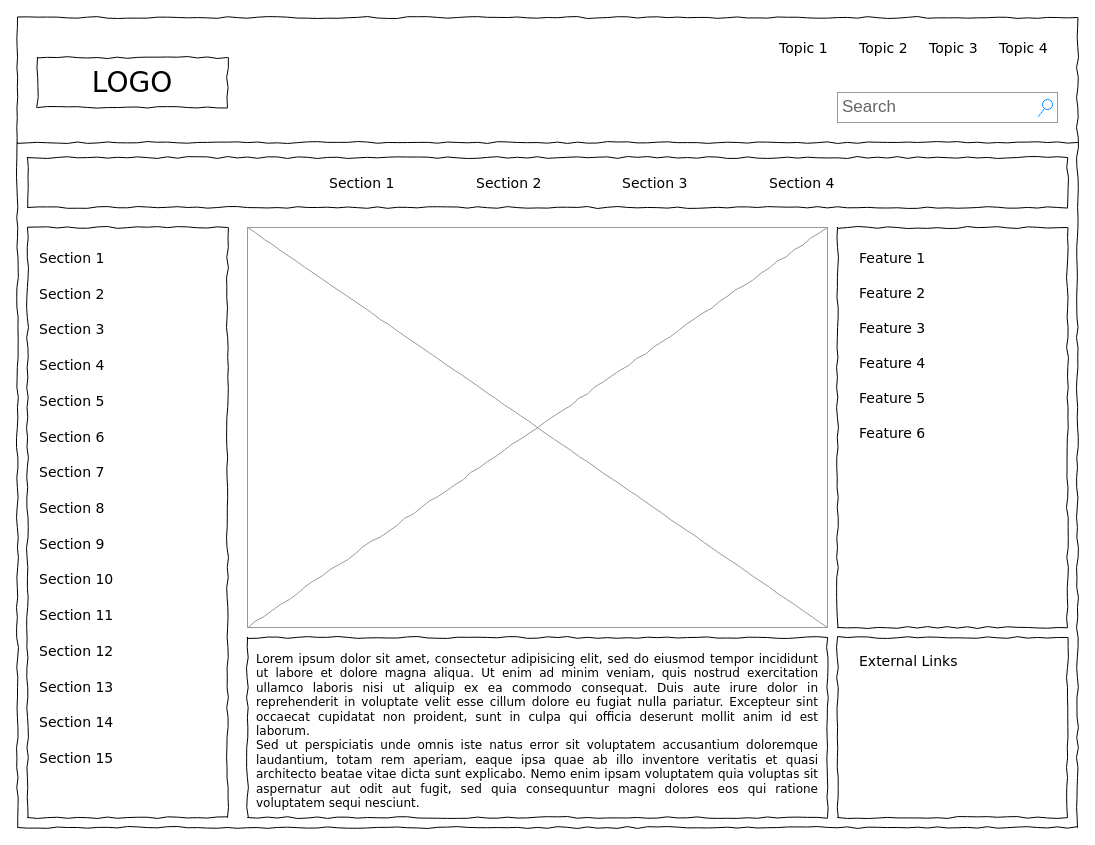
Earlier version of the draw.io diagram Untitled Diagram.drawio (intellijava/Wireframes). Source tidied: cells renumbered, new cells numbered last; positions are measured from the earlier drawing's top-left corner, leaving out a move shared by most shapes. Both pictures are drawn from the tidied source at 100%, with x=0, y=0 at pixel (17, 17).
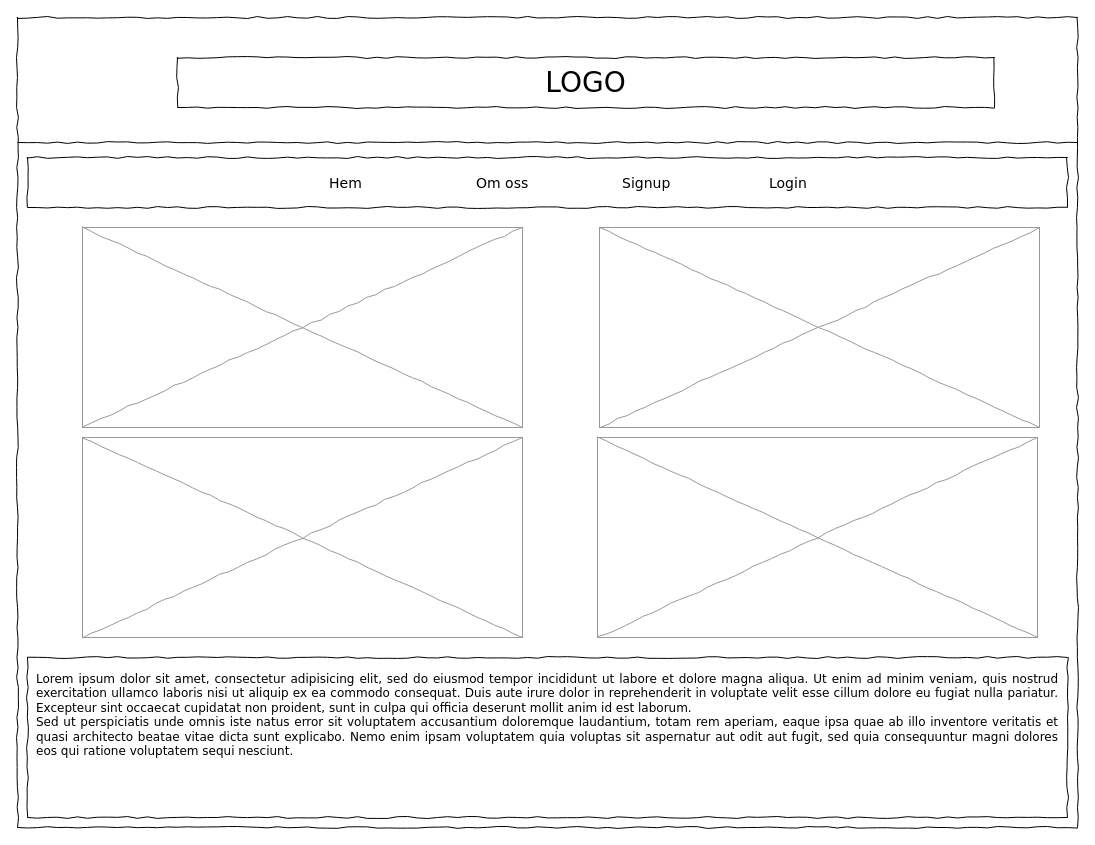
After the change.

The edit, as a diff of the source:
```diff
@@
     <mxCell id="3" value="LOGO" style="whiteSpace=wrap;html=1;rounded=0;shadow=0;labelBackgroundColor=none;strokeWidth=1;fontFamily=Verdana;fontSize=28;align=center;comic=1;" parent="1" vertex="1">
-      <mxGeometry x="20" y="40" width="190" height="50" as="geometry" />
+      <mxGeometry x="160" y="40" width="817" height="50" as="geometry" />
     </mxCell>
-    <mxCell id="4" value="Search" style="strokeWidth=1;shadow=0;dashed=0;align=center;html=1;shape=mxgraph.mockup.forms.searchBox;strokeColor=#999999;mainText=;strokeColor2=#008cff;fontColor=#666666;fontSize=17;align=left;spacingLeft=3;rounded=0;labelBackgroundColor=none;comic=1;" parent="1" vertex="1">
-      <mxGeometry x="820" y="75" width="220" height="30" as="geometry" />
-    </mxCell>
-    <mxCell id="5" value="Topic 1" style="text;html=1;align=left;verticalAlign=top;spacingTop=-4;fontSize=14;fontFamily=Verdana;" parent="1" vertex="1">
-      <mxGeometry x="760" y="20" width="60" height="20" as="geometry" />
-    </mxCell>
-    <mxCell id="6" value="Topic 2" style="text;html=1;align=left;verticalAlign=top;spacingTop=-4;fontSize=14;fontFamily=Verdana;" parent="1" vertex="1">
-      <mxGeometry x="840" y="20" width="60" height="20" as="geometry" />
-    </mxCell>
-    <mxCell id="7" value="Topic 3" style="text;html=1;align=left;verticalAlign=top;spacingTop=-4;fontSize=14;fontFamily=Verdana;" parent="1" vertex="1">
-      <mxGeometry x="910" y="20" width="60" height="20" as="geometry" />
-    </mxCell>
-    <mxCell id="8" value="Topic 4" style="text;html=1;align=left;verticalAlign=top;spacingTop=-4;fontSize=14;fontFamily=Verdana;" parent="1" vertex="1">
-      <mxGeometry x="980" y="20" width="60" height="20" as="geometry" />
-    </mxCell>
-    <mxCell id="9" style="whiteSpace=wrap;html=1;rounded=0;shadow=0;labelBackgroundColor=none;strokeWidth=1;fillColor=none;fontFamily=Verdana;fontSize=12;align=center;comic=1;" parent="1" vertex="1">
-      <mxGeometry x="10" y="210" width="200" height="590" as="geometry" />
-    </mxCell>
@@
-    <mxCell id="12" value="Section 1" style="text;html=1;align=left;verticalAlign=top;spacingTop=-4;fontSize=14;fontFamily=Verdana;" parent="1" vertex="1">
+    <mxCell id="12" value="Hem" style="text;html=1;align=left;verticalAlign=top;spacingTop=-4;fontSize=14;fontFamily=Verdana;" parent="1" vertex="1">
       <mxGeometry x="310" y="155" width="60" height="20" as="geometry" />
     </mxCell>
-    <mxCell id="13" value="Section 2" style="text;html=1;align=left;verticalAlign=top;spacingTop=-4;fontSize=14;fontFamily=Verdana;" parent="1" vertex="1">
+    <mxCell id="13" value="Om oss" style="text;html=1;align=left;verticalAlign=top;spacingTop=-4;fontSize=14;fontFamily=Verdana;" parent="1" vertex="1">
       <mxGeometry x="457" y="155" width="60" height="20" as="geometry" />
     </mxCell>
-    <mxCell id="14" value="Section 3" style="text;html=1;align=left;verticalAlign=top;spacingTop=-4;fontSize=14;fontFamily=Verdana;" parent="1" vertex="1">
+    <mxCell id="14" value="Signup" style="text;html=1;align=left;verticalAlign=top;spacingTop=-4;fontSize=14;fontFamily=Verdana;" parent="1" vertex="1">
       <mxGeometry x="603" y="155" width="60" height="20" as="geometry" />
     </mxCell>
-    <mxCell id="15" value="Section 4" style="text;html=1;align=left;verticalAlign=top;spacingTop=-4;fontSize=14;fontFamily=Verdana;" parent="1" vertex="1">
+    <mxCell id="15" value="Login" style="text;html=1;align=left;verticalAlign=top;spacingTop=-4;fontSize=14;fontFamily=Verdana;" parent="1" vertex="1">
       <mxGeometry x="750" y="155" width="60" height="20" as="geometry" />
     </mxCell>
     <mxCell id="16" value="&lt;div style=&quot;text-align: justify&quot;&gt;&lt;span&gt;Lorem ipsum dolor sit amet, consectetur adipisicing elit, sed do eiusmod tempor incididunt ut labore et dolore magna aliqua. Ut enim ad minim veniam, quis nostrud exercitation ullamco laboris nisi ut aliquip ex ea commodo consequat. Duis aute irure dolor in reprehenderit in voluptate velit esse cillum dolore eu fugiat nulla pariatur. Excepteur sint occaecat cupidatat non proident, sunt in culpa qui officia deserunt mollit anim id est laborum.&lt;/span&gt;&lt;/div&gt;&lt;div style=&quot;text-align: justify&quot;&gt;&lt;span&gt;Sed ut perspiciatis unde omnis iste natus error sit voluptatem accusantium doloremque laudantium, totam rem aperiam, eaque ipsa quae ab illo inventore veritatis et quasi architecto beatae vitae dicta sunt explicabo. Nemo enim ipsam voluptatem quia voluptas sit aspernatur aut odit aut fugit, sed quia consequuntur magni dolores eos qui ratione voluptatem sequi nesciunt.&amp;nbsp;&lt;/span&gt;&lt;/div&gt;" style="whiteSpace=wrap;html=1;rounded=0;shadow=0;labelBackgroundColor=none;strokeWidth=1;fillColor=none;fontFamily=Verdana;fontSize=12;align=center;verticalAlign=top;spacing=10;comic=1;" parent="1" vertex="1">
-      <mxGeometry x="230" y="620" width="580" height="180" as="geometry" />
+      <mxGeometry x="10" y="640" width="1040" height="160" as="geometry" />
     </mxCell>
     <mxCell id="17" style="verticalLabelPosition=bottom;shadow=0;dashed=0;align=center;html=1;verticalAlign=top;strokeWidth=1;shape=mxgraph.mockup.graphics.simpleIcon;strokeColor=#999999;rounded=0;labelBackgroundColor=none;fontFamily=Verdana;fontSize=14;fontColor=#000000;comic=1;" parent="1" vertex="1">
-      <mxGeometry x="230" y="210" width="580" height="400" as="geometry" />
+      <mxGeometry x="65" y="210" width="440" height="200" as="geometry" />
     </mxCell>
-    <mxCell id="18" style="whiteSpace=wrap;html=1;rounded=0;shadow=0;labelBackgroundColor=none;strokeWidth=1;fillColor=none;fontFamily=Verdana;fontSize=12;align=center;comic=1;" parent="1" vertex="1">
-      <mxGeometry x="820" y="210" width="230" height="400" as="geometry" />
-    </mxCell>
-    <mxCell id="19" style="whiteSpace=wrap;html=1;rounded=0;shadow=0;labelBackgroundColor=none;strokeWidth=1;fillColor=none;fontFamily=Verdana;fontSize=12;align=center;comic=1;" parent="1" vertex="1">
-      <mxGeometry x="820" y="620" width="230" height="180" as="geometry" />
-    </mxCell>
-    <mxCell id="20" value="Section 1" style="text;html=1;align=left;verticalAlign=top;spacingTop=-4;fontSize=14;fontFamily=Verdana;" parent="1" vertex="1">
-      <mxGeometry x="20" y="230" width="170" height="20" as="geometry" />
-    </mxCell>
-    <mxCell id="21" value="Section 2" style="text;html=1;align=left;verticalAlign=top;spacingTop=-4;fontSize=14;fontFamily=Verdana;" parent="1" vertex="1">
-      <mxGeometry x="20" y="266" width="170" height="20" as="geometry" />
-    </mxCell>
-    <mxCell id="22" value="Section 3" style="text;html=1;align=left;verticalAlign=top;spacingTop=-4;fontSize=14;fontFamily=Verdana;" parent="1" vertex="1">
-      <mxGeometry x="20" y="301" width="170" height="20" as="geometry" />
-    </mxCell>
-    <mxCell id="23" value="Section 4" style="text;html=1;align=left;verticalAlign=top;spacingTop=-4;fontSize=14;fontFamily=Verdana;" parent="1" vertex="1">
-      <mxGeometry x="20" y="337" width="170" height="20" as="geometry" />
-    </mxCell>
-    <mxCell id="24" value="Section 7" style="text;html=1;align=left;verticalAlign=top;spacingTop=-4;fontSize=14;fontFamily=Verdana;" parent="1" vertex="1">
-      <mxGeometry x="20" y="444" width="170" height="20" as="geometry" />
-    </mxCell>
-    <mxCell id="25" value="Section 8" style="text;html=1;align=left;verticalAlign=top;spacingTop=-4;fontSize=14;fontFamily=Verdana;" parent="1" vertex="1">
-      <mxGeometry x="20" y="480" width="170" height="20" as="geometry" />
-    </mxCell>
-    <mxCell id="26" value="Section 9" style="text;html=1;align=left;verticalAlign=top;spacingTop=-4;fontSize=14;fontFamily=Verdana;" parent="1" vertex="1">
-      <mxGeometry x="20" y="516" width="170" height="20" as="geometry" />
-    </mxCell>
-    <mxCell id="27" value="Section 10" style="text;html=1;align=left;verticalAlign=top;spacingTop=-4;fontSize=14;fontFamily=Verdana;" parent="1" vertex="1">
-      <mxGeometry x="20" y="551" width="170" height="20" as="geometry" />
-    </mxCell>
-    <mxCell id="28" value="Section 11" style="text;html=1;align=left;verticalAlign=top;spacingTop=-4;fontSize=14;fontFamily=Verdana;" parent="1" vertex="1">
-      <mxGeometry x="20" y="587" width="170" height="20" as="geometry" />
-    </mxCell>
-    <mxCell id="29" value="Section 12" style="text;html=1;align=left;verticalAlign=top;spacingTop=-4;fontSize=14;fontFamily=Verdana;" parent="1" vertex="1">
-      <mxGeometry x="20" y="623" width="170" height="20" as="geometry" />
-    </mxCell>
-    <mxCell id="30" value="Section 13" style="text;html=1;align=left;verticalAlign=top;spacingTop=-4;fontSize=14;fontFamily=Verdana;" parent="1" vertex="1">
-      <mxGeometry x="20" y="659" width="170" height="20" as="geometry" />
-    </mxCell>
-    <mxCell id="31" value="Section 14" style="text;html=1;align=left;verticalAlign=top;spacingTop=-4;fontSize=14;fontFamily=Verdana;" parent="1" vertex="1">
-      <mxGeometry x="20" y="694" width="170" height="20" as="geometry" />
-    </mxCell>
-    <mxCell id="32" value="Section 5" style="text;html=1;align=left;verticalAlign=top;spacingTop=-4;fontSize=14;fontFamily=Verdana;" parent="1" vertex="1">
-      <mxGeometry x="20" y="373" width="170" height="20" as="geometry" />
-    </mxCell>
-    <mxCell id="33" value="Section 6" style="text;html=1;align=left;verticalAlign=top;spacingTop=-4;fontSize=14;fontFamily=Verdana;" parent="1" vertex="1">
-      <mxGeometry x="20" y="409" width="170" height="20" as="geometry" />
-    </mxCell>
-    <mxCell id="34" value="Section 15" style="text;html=1;align=left;verticalAlign=top;spacingTop=-4;fontSize=14;fontFamily=Verdana;" parent="1" vertex="1">
-      <mxGeometry x="20" y="730" width="170" height="20" as="geometry" />
-    </mxCell>
-    <mxCell id="35" value="External Links" style="text;html=1;align=left;verticalAlign=top;spacingTop=-4;fontSize=14;fontFamily=Verdana;" parent="1" vertex="1">
-      <mxGeometry x="840" y="633" width="170" height="20" as="geometry" />
-    </mxCell>
-    <mxCell id="36" value="Feature 1" style="text;html=1;align=left;verticalAlign=top;spacingTop=-4;fontSize=14;fontFamily=Verdana;" parent="1" vertex="1">
-      <mxGeometry x="840" y="230" width="170" height="20" as="geometry" />
-    </mxCell>
-    <mxCell id="37" value="Feature 2" style="text;html=1;align=left;verticalAlign=top;spacingTop=-4;fontSize=14;fontFamily=Verdana;" parent="1" vertex="1">
-      <mxGeometry x="840" y="265" width="170" height="20" as="geometry" />
-    </mxCell>
-    <mxCell id="38" value="Feature 3" style="text;html=1;align=left;verticalAlign=top;spacingTop=-4;fontSize=14;fontFamily=Verdana;" parent="1" vertex="1">
-      <mxGeometry x="840" y="300" width="170" height="20" as="geometry" />
-    </mxCell>
-    <mxCell id="39" value="Feature 4" style="text;html=1;align=left;verticalAlign=top;spacingTop=-4;fontSize=14;fontFamily=Verdana;" parent="1" vertex="1">
-      <mxGeometry x="840" y="335" width="170" height="20" as="geometry" />
-    </mxCell>
-    <mxCell id="40" value="Feature 5" style="text;html=1;align=left;verticalAlign=top;spacingTop=-4;fontSize=14;fontFamily=Verdana;" parent="1" vertex="1">
-      <mxGeometry x="840" y="370" width="170" height="20" as="geometry" />
-    </mxCell>
-    <mxCell id="41" value="Feature 6" style="text;html=1;align=left;verticalAlign=top;spacingTop=-4;fontSize=14;fontFamily=Verdana;" parent="1" vertex="1">
-      <mxGeometry x="840" y="405" width="170" height="20" as="geometry" />
-    </mxCell>
+    <mxCell id="42" style="verticalLabelPosition=bottom;shadow=0;dashed=0;align=center;html=1;verticalAlign=top;strokeWidth=1;shape=mxgraph.mockup.graphics.simpleIcon;strokeColor=#999999;rounded=0;labelBackgroundColor=none;fontFamily=Verdana;fontSize=14;fontColor=#000000;comic=1;" parent="1" vertex="1">
+      <mxGeometry x="582" y="210" width="440" height="200" as="geometry" />
+    </mxCell>
+    <mxCell id="43" style="verticalLabelPosition=bottom;shadow=0;dashed=0;align=center;html=1;verticalAlign=top;strokeWidth=1;shape=mxgraph.mockup.graphics.simpleIcon;strokeColor=#999999;rounded=0;labelBackgroundColor=none;fontFamily=Verdana;fontSize=14;fontColor=#000000;comic=1;" parent="1" vertex="1">
+      <mxGeometry x="65" y="420" width="440" height="200" as="geometry" />
+    </mxCell>
+    <mxCell id="44" style="verticalLabelPosition=bottom;shadow=0;dashed=0;align=center;html=1;verticalAlign=top;strokeWidth=1;shape=mxgraph.mockup.graphics.simpleIcon;strokeColor=#999999;rounded=0;labelBackgroundColor=none;fontFamily=Verdana;fontSize=14;fontColor=#000000;comic=1;" parent="1" vertex="1">
+      <mxGeometry x="580" y="420" width="440" height="200" as="geometry" />
+    </mxCell>
```
